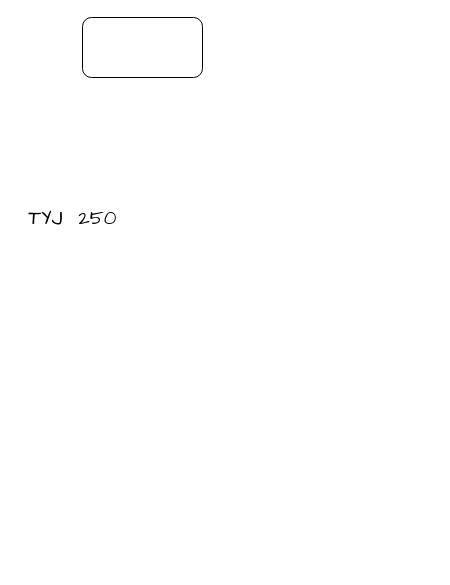
Above: Design/用例图/test.drawio in LeeBade/LiuJunQi (draw.io), before the change. Source tidied: cells renumbered, new cells numbered last; positions are measured from the earlier drawing's top-left corner, leaving out a move shared by most shapes. Both pictures are drawn from the tidied source at 100%, with x=0, y=0 at pixel (17, 17).
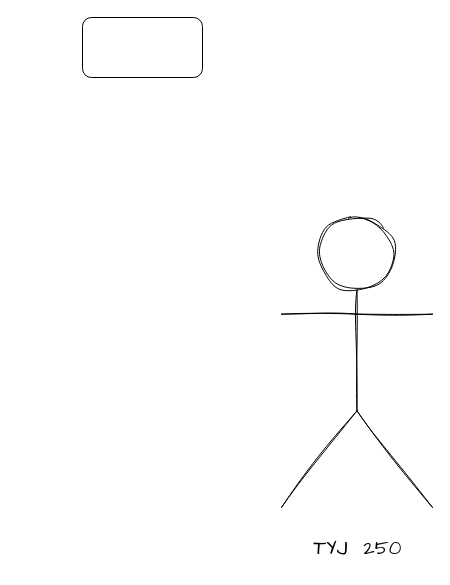
The same diagram, later.

Diff of the diagram source:
```diff
@@
 <mxGraphModel>
   <root>
     <mxCell id="0" />
     <mxCell id="1" parent="0" />
     <mxCell id="2" style="rounded=1;whiteSpace=wrap;html=1;" parent="1" vertex="1">
       <mxGeometry x="65" width="120" height="60" as="geometry" />
     </mxCell>
     <mxCell id="3" value="TYJ&amp;nbsp; 250" style="text;html=1;align=center;verticalAlign=middle;strokeColor=none;fillColor=none;fontSize=20;fontFamily=Architects Daughter;sketch=1;hachureGap=4;jiggle=2;curveFitting=1;" parent="1" vertex="1">
-      <mxGeometry y="180" width="110" height="40" as="geometry" />
+      <mxGeometry x="284.5" y="510" width="110" height="40" as="geometry" />
     </mxCell>
+    <mxCell id="4" style="shape=umlActor;verticalLabelPosition=bottom;verticalAlign=top;html=1;sketch=1;hachureGap=4;jiggle=2;curveFitting=1;fontFamily=Architects Daughter;fontSize=20;" parent="1" vertex="1">
+      <mxGeometry x="264" y="200" width="151" height="290" as="geometry" />
+    </mxCell>
   </root>
 </mxGraphModel>
```
